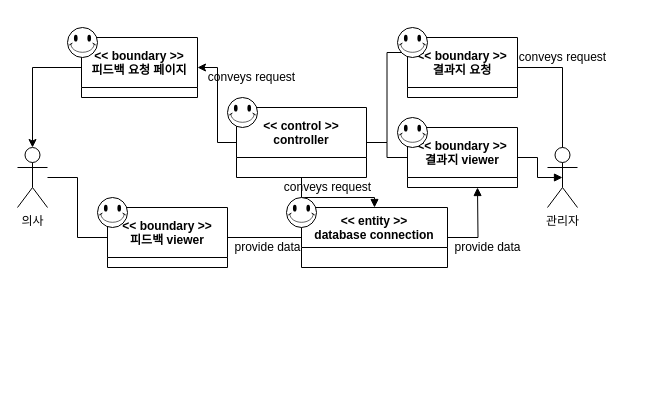
yhb1834/Smart-Health-Prediction-System keeps this draw.io diagram as doctor/Domain model/UC11.drawio. Above is the earlier version. Source tidied: cells renumbered, new cells numbered last; positions are measured from the earlier drawing's top-left corner, leaving out a move shared by most shapes. Both pictures are drawn from the tidied source at 100%, with x=0, y=0 at pixel (17, 27).
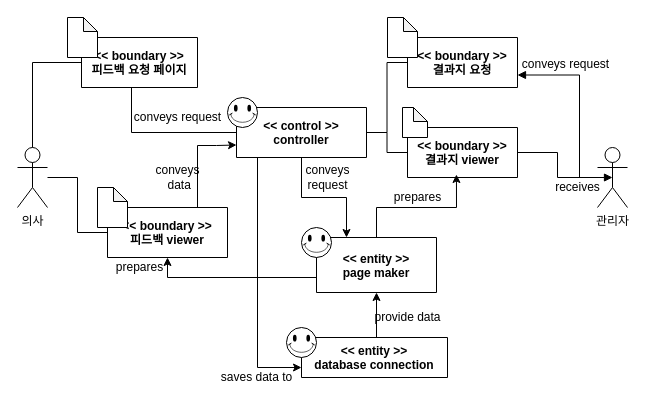
After the change.

The change refers to these unchanged cells:
```xml
<mxCell id="2" value="의사" style="shape=umlActor;verticalLabelPosition=bottom;verticalAlign=top;html=1;outlineConnect=0;" parent="1" vertex="1">
  <mxGeometry y="120" width="30" height="60" as="geometry" />
</mxCell>
```

Diff of the diagram source:
```diff
@@
+    <mxCell id="31" style="edgeStyle=orthogonalEdgeStyle;rounded=0;jettySize=auto;html=1;entryX=1;entryY=0.75;entryDx=0;entryDy=0;endArrow=block;endFill=1;" parent="1" edge="1" source="3" target="20">
+      <mxGeometry relative="1" as="geometry">
+        <Array as="points">
+          <mxPoint x="562" y="150" />
+          <mxPoint x="562" y="48" />
+        </Array>
+      </mxGeometry>
+    </mxCell>
     <mxCell id="3" value="관리자" style="shape=umlActor;verticalLabelPosition=bottom;verticalAlign=top;html=1;outlineConnect=0;" parent="1" vertex="1">
-      <mxGeometry x="530" y="120" width="30" height="60" as="geometry" />
+      <mxGeometry x="580" y="120" width="30" height="60" as="geometry" />
     </mxCell>
-    <mxCell id="4" style="edgeStyle=orthogonalEdgeStyle;rounded=0;jettySize=auto;html=1;entryX=1;entryY=0.5;entryDx=0;entryDy=0;" parent="1" edge="1" source="8" target="13">
-      <mxGeometry relative="1" as="geometry">
-        <Array as="points">
-          <mxPoint x="200" y="115" />
-          <mxPoint x="200" y="40" />
-        </Array>
-      </mxGeometry>
-    </mxCell>
-    <mxCell id="5" style="edgeStyle=orthogonalEdgeStyle;rounded=0;jettySize=auto;html=1;entryX=0;entryY=0.25;entryDx=0;entryDy=0;endArrow=none;endFill=0;" parent="1" edge="1" source="8" target="20">
+    <mxCell id="5" style="edgeStyle=orthogonalEdgeStyle;rounded=0;jettySize=auto;html=1;entryX=0;entryY=0.5;entryDx=0;entryDy=0;endArrow=none;endFill=0;" parent="1" edge="1" source="8" target="20">
       <mxGeometry relative="1" as="geometry" />
     </mxCell>
@@
+    <mxCell id="4" style="edgeStyle=orthogonalEdgeStyle;rounded=0;jettySize=auto;html=1;endArrow=none;endFill=0;" parent="1" edge="1" source="8" target="13">
+      <mxGeometry relative="1" as="geometry">
+        <Array as="points">
+          <mxPoint x="114" y="105" />
+        </Array>
+      </mxGeometry>
+    </mxCell>
-    <mxCell id="7" style="edgeStyle=orthogonalEdgeStyle;rounded=0;jettySize=auto;html=1;endArrow=block;endFill=1;" parent="1" edge="1" source="8" target="10">
-      <mxGeometry relative="1" as="geometry" />
+    <mxCell id="7" style="edgeStyle=orthogonalEdgeStyle;rounded=0;jettySize=auto;html=1;entryX=0;entryY=0.75;entryDx=0;entryDy=0;" parent="1" edge="1" source="8" target="10">
+      <mxGeometry relative="1" as="geometry">
+        <Array as="points">
+          <mxPoint x="240" y="340" />
+        </Array>
+      </mxGeometry>
     </mxCell>
+    <mxCell id="32" style="edgeStyle=orthogonalEdgeStyle;rounded=0;jettySize=auto;html=1;entryX=0.25;entryY=0;entryDx=0;entryDy=0;" parent="1" edge="1" source="8" target="39">
+      <mxGeometry relative="1" as="geometry" />
+    </mxCell>
     <mxCell id="8" value="&lt;&lt; control &gt;&gt;&#10;controller" style="swimlane;startSize=50;" parent="1" vertex="1">
-      <mxGeometry x="219" y="80" width="130" height="70" as="geometry" />
+      <mxGeometry x="219" y="80" width="130" height="50" as="geometry" />
     </mxCell>
-    <mxCell id="9" style="edgeStyle=orthogonalEdgeStyle;rounded=0;jettySize=auto;html=1;endArrow=block;endFill=1;" parent="1" edge="1" source="10">
-      <mxGeometry relative="1" as="geometry">
-        <mxPoint x="460" y="160" as="targetPoint" />
-      </mxGeometry>
-    </mxCell>
+    <mxCell id="33" style="edgeStyle=orthogonalEdgeStyle;rounded=0;jettySize=auto;html=1;exitX=0.5;exitY=0;exitDx=0;exitDy=0;" parent="1" edge="1" source="10" target="39">
+      <mxGeometry relative="1" as="geometry">
+        <Array as="points">
+          <mxPoint x="359" y="310" />
+        </Array>
+      </mxGeometry>
+    </mxCell>
     <mxCell id="10" value="&lt;&lt; entity &gt;&gt;&#10;database connection" style="swimlane;startSize=40;" parent="1" vertex="1">
-      <mxGeometry x="284" y="180" width="146" height="60" as="geometry" />
+      <mxGeometry x="284" y="310" width="146" height="40" as="geometry" />
     </mxCell>
@@
-    <mxCell id="12" style="edgeStyle=orthogonalEdgeStyle;rounded=0;jettySize=auto;html=1;" parent="1" edge="1" source="13" target="2">
+    <mxCell id="12" style="edgeStyle=orthogonalEdgeStyle;rounded=0;jettySize=auto;html=1;endArrow=none;endFill=0;" parent="1" edge="1" source="13" target="2">
       <mxGeometry relative="1" as="geometry" />
     </mxCell>
     <mxCell id="13" value="&lt;&lt; boundary &gt;&gt;&#10;피드백 요청 페이지" style="swimlane;startSize=50;" parent="1" vertex="1">
-      <mxGeometry x="64" y="10" width="116" height="60" as="geometry" />
+      <mxGeometry x="64" y="10" width="116" height="50" as="geometry" />
     </mxCell>
-    <mxCell id="14" style="verticalLabelPosition=bottom;verticalAlign=top;html=1;shape=mxgraph.basic.smiley;" parent="13" vertex="1">
-      <mxGeometry x="-14" y="-10" width="30" height="30" as="geometry" />
-    </mxCell>
@@
-    <mxCell id="16" style="edgeStyle=orthogonalEdgeStyle;rounded=0;jettySize=auto;html=1;entryX=0;entryY=0.5;entryDx=0;entryDy=0;endArrow=none;endFill=0;" parent="1" edge="1" source="17" target="10">
-      <mxGeometry relative="1" as="geometry" />
-    </mxCell>
+    <mxCell id="34" style="edgeStyle=orthogonalEdgeStyle;rounded=0;jettySize=auto;html=1;entryX=0;entryY=0.75;entryDx=0;entryDy=0;" parent="1" edge="1" source="17" target="8">
+      <mxGeometry relative="1" as="geometry">
+        <Array as="points">
+          <mxPoint x="180" y="118" />
+          <mxPoint x="199" y="118" />
+        </Array>
+      </mxGeometry>
+    </mxCell>
     <mxCell id="17" value="&lt;&lt; boundary &gt;&gt;&#10;피드백 viewer" style="swimlane;startSize=50;" parent="1" vertex="1">
-      <mxGeometry x="90" y="180" width="120" height="60" as="geometry" />
+      <mxGeometry x="90" y="180" width="120" height="50" as="geometry" />
     </mxCell>
-    <mxCell id="18" style="verticalLabelPosition=bottom;verticalAlign=top;html=1;shape=mxgraph.basic.smiley;" parent="17" vertex="1">
-      <mxGeometry x="-10" y="-10" width="30" height="30" as="geometry" />
-    </mxCell>
-    <mxCell id="19" style="edgeStyle=orthogonalEdgeStyle;rounded=0;jettySize=auto;html=1;entryX=0.5;entryY=0;entryDx=0;entryDy=0;entryPerimeter=0;endArrow=none;endFill=0;" parent="1" edge="1" source="20" target="3">
-      <mxGeometry relative="1" as="geometry" />
-    </mxCell>
+    <mxCell id="35" style="shape=note;whiteSpace=wrap;html=1;backgroundOutline=1;darkOpacity=0.05;size=14;" parent="17" vertex="1">
+      <mxGeometry x="-10" y="-20" width="30" height="40" as="geometry" />
+    </mxCell>
     <mxCell id="20" value="&lt;&lt; boundary &gt;&gt;&#10;결과지 요청" style="swimlane;startSize=50;" parent="1" vertex="1">
-      <mxGeometry x="390" y="10" width="110" height="60" as="geometry" />
+      <mxGeometry x="390" y="10" width="110" height="50" as="geometry" />
     </mxCell>
@@
     <mxCell id="22" value="&lt;&lt; boundary &gt;&gt;&#10;결과지 viewer" style="swimlane;startSize=50;" parent="1" vertex="1">
-      <mxGeometry x="390" y="100" width="110" height="60" as="geometry" />
+      <mxGeometry x="390" y="100" width="110" height="50" as="geometry" />
     </mxCell>
-    <mxCell id="23" style="verticalLabelPosition=bottom;verticalAlign=top;html=1;shape=mxgraph.basic.smiley;" parent="22" vertex="1">
-      <mxGeometry x="-10" y="-10" width="30" height="30" as="geometry" />
-    </mxCell>
-    <mxCell id="24" style="verticalLabelPosition=bottom;verticalAlign=top;html=1;shape=mxgraph.basic.smiley;" parent="1" vertex="1">
-      <mxGeometry x="380" width="30" height="30" as="geometry" />
-    </mxCell>
+    <mxCell id="36" style="shape=note;whiteSpace=wrap;html=1;backgroundOutline=1;darkOpacity=0.05;size=14;" parent="22" vertex="1">
+      <mxGeometry x="-5" y="-20" width="25" height="30" as="geometry" />
+    </mxCell>
@@
     <mxCell id="26" value="conveys request" style="text;html=1;align=center;verticalAlign=middle;strokeColor=none;" parent="1" vertex="1">
-      <mxGeometry x="184" y="40" width="100" height="20" as="geometry" />
+      <mxGeometry x="110" y="80" width="100" height="20" as="geometry" />
     </mxCell>
     <mxCell id="27" value="conveys request" style="text;html=1;align=center;verticalAlign=middle;strokeColor=none;" parent="1" vertex="1">
-      <mxGeometry x="495" y="20" width="100" height="20" as="geometry" />
+      <mxGeometry x="498" y="27" width="100" height="20" as="geometry" />
     </mxCell>
+    <mxCell id="30" value="provide data" style="text;html=1;align=center;verticalAlign=middle;strokeColor=none;" parent="1" vertex="1">
+      <mxGeometry x="350" y="280" width="80" height="20" as="geometry" />
+    </mxCell>
+    <mxCell id="37" style="edgeStyle=orthogonalEdgeStyle;rounded=0;jettySize=auto;html=1;entryX=0.5;entryY=1;entryDx=0;entryDy=0;" parent="1" edge="1" source="39" target="17">
+      <mxGeometry relative="1" as="geometry">
+        <Array as="points">
+          <mxPoint x="150" y="250" />
+        </Array>
+      </mxGeometry>
+    </mxCell>
+    <mxCell id="38" style="edgeStyle=orthogonalEdgeStyle;rounded=0;jettySize=auto;html=1;entryX=0.445;entryY=0.94;entryDx=0;entryDy=0;entryPerimeter=0;" parent="1" edge="1" source="39" target="22">
+      <mxGeometry relative="1" as="geometry" />
+    </mxCell>
+    <mxCell id="39" value="&lt;&lt; entity &gt;&gt;&#10;page maker" style="swimlane;startSize=55;" parent="1" vertex="1">
+      <mxGeometry x="299" y="210" width="120" height="55" as="geometry" />
+    </mxCell>
+    <mxCell id="23" style="verticalLabelPosition=bottom;verticalAlign=top;html=1;shape=mxgraph.basic.smiley;" parent="39" vertex="1">
+      <mxGeometry x="-15" y="-10" width="30" height="30" as="geometry" />
+    </mxCell>
+    <mxCell id="40" value="receives" style="text;html=1;align=center;verticalAlign=middle;strokeColor=none;" parent="1" vertex="1">
+      <mxGeometry x="530" y="150" width="60" height="20" as="geometry" />
+    </mxCell>
+    <mxCell id="41" value="prepares" style="text;html=1;align=center;verticalAlign=middle;strokeColor=none;" parent="1" vertex="1">
+      <mxGeometry x="92" y="230" width="60" height="20" as="geometry" />
+    </mxCell>
+    <mxCell id="42" value="prepares" style="text;html=1;align=center;verticalAlign=middle;strokeColor=none;" parent="1" vertex="1">
+      <mxGeometry x="370" y="160" width="60" height="20" as="geometry" />
+    </mxCell>
+    <mxCell id="43" style="shape=note;whiteSpace=wrap;html=1;backgroundOutline=1;darkOpacity=0.05;size=14;" parent="1" vertex="1">
+      <mxGeometry x="50" y="-10" width="30" height="40" as="geometry" />
+    </mxCell>
+    <mxCell id="44" value="saves data to" style="text;html=1;align=center;verticalAlign=middle;strokeColor=none;" parent="1" vertex="1">
+      <mxGeometry x="194" y="340" width="90" height="20" as="geometry" />
+    </mxCell>
-    <mxCell id="28" value="conveys request" style="text;html=1;align=center;verticalAlign=middle;strokeColor=none;" parent="1" vertex="1">
-      <mxGeometry x="260" y="150" width="100" height="20" as="geometry" />
+    <mxCell id="28" value="conveys &lt;br&gt;request" style="text;html=1;align=center;verticalAlign=middle;strokeColor=none;" parent="1" vertex="1">
+      <mxGeometry x="280" y="135" width="60" height="30" as="geometry" />
     </mxCell>
-    <mxCell id="29" value="provide data" style="text;html=1;align=center;verticalAlign=middle;strokeColor=none;" parent="1" vertex="1">
-      <mxGeometry x="210" y="210" width="80" height="20" as="geometry" />
-    </mxCell>
-    <mxCell id="30" value="provide data" style="text;html=1;align=center;verticalAlign=middle;strokeColor=none;" parent="1" vertex="1">
-      <mxGeometry x="430" y="210" width="80" height="20" as="geometry" />
-    </mxCell>
+    <mxCell id="45" value="conveys&lt;br&gt;&amp;nbsp;data" style="text;html=1;align=center;verticalAlign=middle;strokeColor=none;" parent="1" vertex="1">
+      <mxGeometry x="130" y="135" width="60" height="30" as="geometry" />
+    </mxCell>
+    <mxCell id="46" style="shape=note;whiteSpace=wrap;html=1;backgroundOutline=1;darkOpacity=0.05;size=14;" parent="1" vertex="1">
+      <mxGeometry x="370" y="-10" width="30" height="40" as="geometry" />
+    </mxCell>
```
